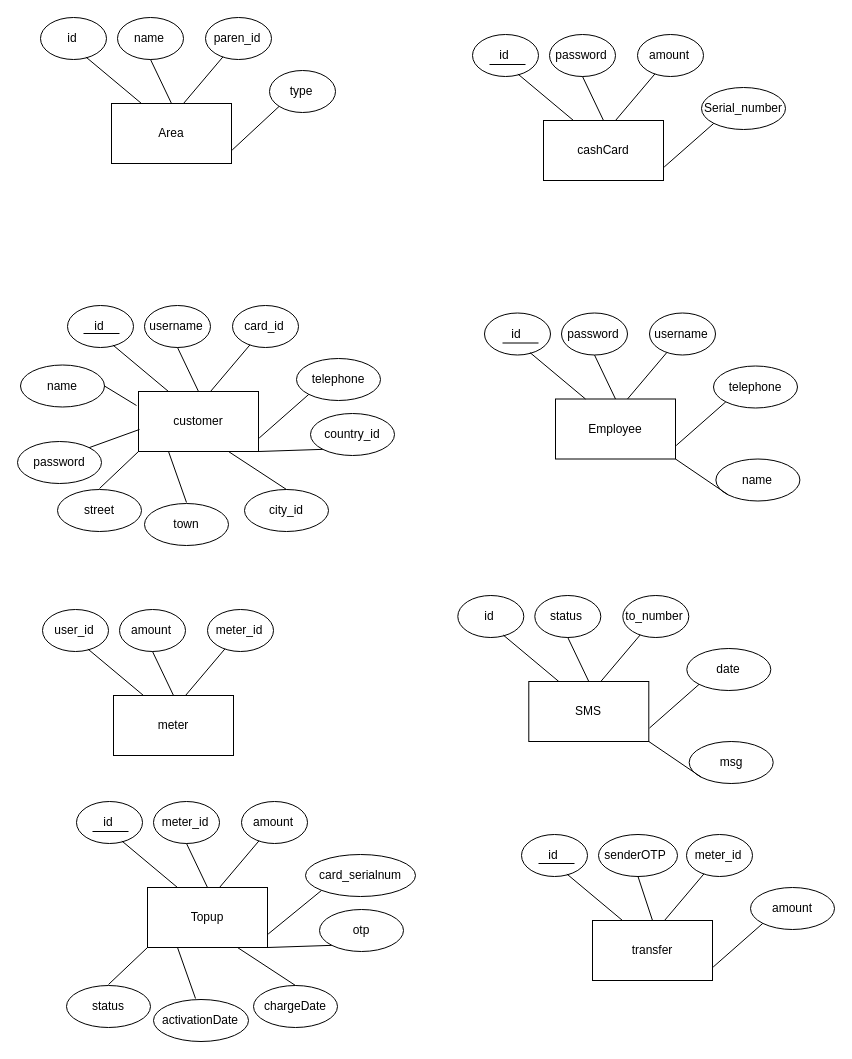
This is Untitled Diagram (2).drawio from shamaabuhassan/Charts, a draw.io file, before an edit. Source tidied: cells renumbered, new cells numbered last; positions are measured from the earlier drawing's top-left corner, leaving out a move shared by most shapes. Both pictures are drawn from the tidied source at 100%, with x=0, y=0 at pixel (17, 17).
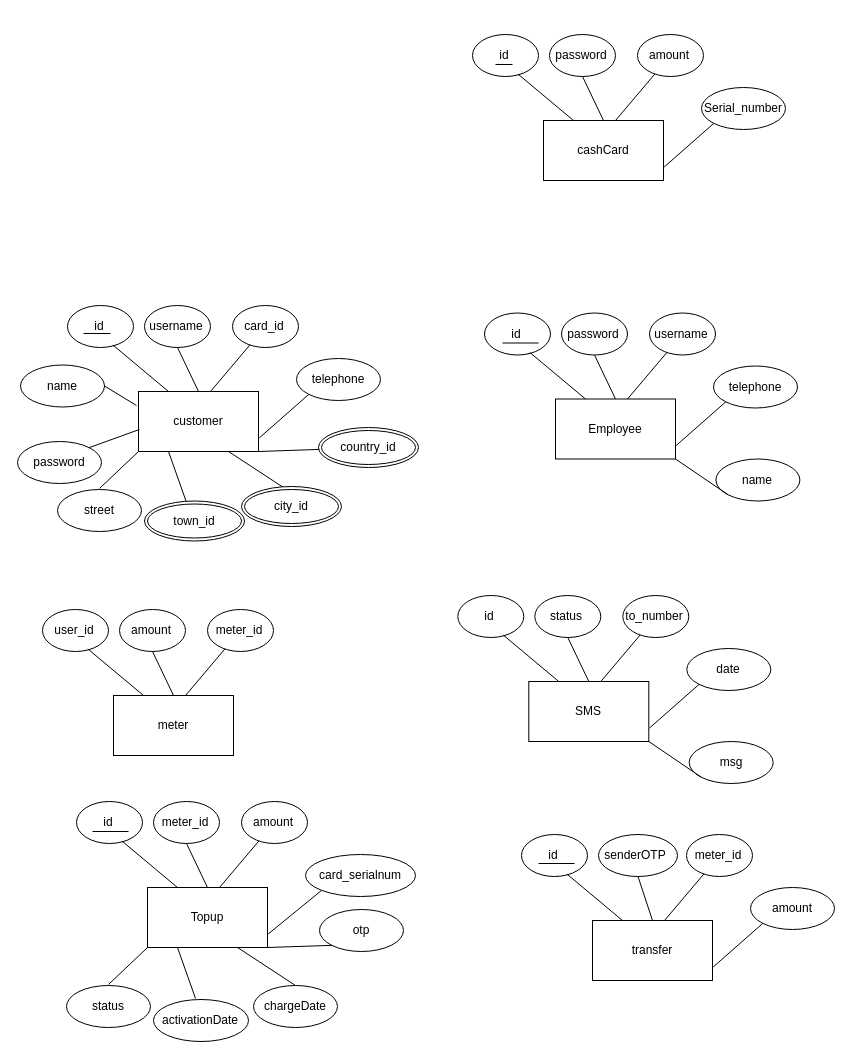
The same diagram, later.

Unchanged cells that the change refers to:
```xml
<mxCell id="30" style="rounded=0;whiteSpace=wrap;html=1;" parent="1" vertex="1">
  <mxGeometry x="121" y="374" width="120" height="60" as="geometry" />
</mxCell>
```

Change to the diagram source:
```diff
@@
-    <mxCell id="2" style="rounded=0;whiteSpace=wrap;html=1;" parent="1" vertex="1">
-      <mxGeometry x="94" y="86" width="120" height="60" as="geometry" />
-    </mxCell>
-    <mxCell id="3" value="Area" style="text;html=1;strokeColor=none;fillColor=none;align=center;verticalAlign=middle;whiteSpace=wrap;rounded=0;" parent="1" vertex="1">
-      <mxGeometry x="127" y="101.5" width="54" height="29" as="geometry" />
-    </mxCell>
-    <mxCell id="4" style="ellipse;whiteSpace=wrap;html=1;" parent="1" vertex="1">
-      <mxGeometry x="23" width="66" height="42" as="geometry" />
-    </mxCell>
-    <mxCell id="5" value="id" style="text;html=1;strokeColor=none;fillColor=none;align=center;verticalAlign=middle;whiteSpace=wrap;rounded=0;" parent="1" vertex="1">
-      <mxGeometry x="35" y="11" width="40" height="20" as="geometry" />
-    </mxCell>
-    <mxCell id="6" style="ellipse;whiteSpace=wrap;html=1;" parent="1" vertex="1">
-      <mxGeometry x="100" width="66" height="42" as="geometry" />
-    </mxCell>
-    <mxCell id="7" value="name" style="text;html=1;strokeColor=none;fillColor=none;align=center;verticalAlign=middle;whiteSpace=wrap;rounded=0;" parent="1" vertex="1">
-      <mxGeometry x="112" y="11" width="40" height="20" as="geometry" />
-    </mxCell>
-    <mxCell id="8" style="ellipse;whiteSpace=wrap;html=1;" parent="1" vertex="1">
-      <mxGeometry x="188" width="66" height="42" as="geometry" />
-    </mxCell>
-    <mxCell id="9" value="paren_id" style="text;html=1;strokeColor=none;fillColor=none;align=center;verticalAlign=middle;whiteSpace=wrap;rounded=0;" parent="1" vertex="1">
-      <mxGeometry x="200" y="11" width="40" height="20" as="geometry" />
-    </mxCell>
-    <mxCell id="10" style="ellipse;whiteSpace=wrap;html=1;" parent="1" vertex="1">
-      <mxGeometry x="252" y="53" width="66" height="42" as="geometry" />
-    </mxCell>
-    <mxCell id="11" value="type" style="text;html=1;strokeColor=none;fillColor=none;align=center;verticalAlign=middle;whiteSpace=wrap;rounded=0;" parent="1" vertex="1">
-      <mxGeometry x="264" y="64" width="40" height="20" as="geometry" />
-    </mxCell>
-    <mxCell id="12" style="endArrow=none;html=1;" parent="1" edge="1" target="8">
-      <mxGeometry relative="1" as="geometry">
-        <mxPoint x="166" y="86" as="sourcePoint" />
-      </mxGeometry>
-    </mxCell>
-    <mxCell id="13" style="endArrow=none;html=1;entryX=0;entryY=1;entryDx=0;entryDy=0;" parent="1" edge="1" target="10">
-      <mxGeometry relative="1" as="geometry">
-        <mxPoint x="214.7" y="132.5" as="sourcePoint" />
-      </mxGeometry>
-    </mxCell>
-    <mxCell id="14" style="endArrow=none;html=1;exitX=0.5;exitY=0;exitDx=0;exitDy=0;entryX=0.5;entryY=1;entryDx=0;entryDy=0;" parent="1" edge="1" source="2" target="6">
-      <mxGeometry relative="1" as="geometry" />
-    </mxCell>
-    <mxCell id="15" style="endArrow=none;html=1;exitX=0.25;exitY=0;exitDx=0;exitDy=0;" parent="1" edge="1" source="2">
-      <mxGeometry relative="1" as="geometry">
-        <mxPoint x="68.4" y="39.5" as="targetPoint" />
-      </mxGeometry>
-    </mxCell>
@@
-    <mxCell id="44" style="ellipse;whiteSpace=wrap;html=1;" parent="1" vertex="1">
-      <mxGeometry x="293" y="396" width="84" height="42" as="geometry" />
-    </mxCell>
-    <mxCell id="45" value="country_id" style="text;html=1;strokeColor=none;fillColor=none;align=center;verticalAlign=middle;whiteSpace=wrap;rounded=0;" parent="1" vertex="1">
-      <mxGeometry x="315" y="407" width="40" height="20" as="geometry" />
-    </mxCell>
-    <mxCell id="46" style="endArrow=none;html=1;entryX=0;entryY=1;entryDx=0;entryDy=0;exitX=1;exitY=1;exitDx=0;exitDy=0;" parent="1" edge="1" source="30" target="44">
-      <mxGeometry relative="1" as="geometry" />
+    <mxCell id="46" style="endArrow=none;html=1;entryX=0;entryY=1;entryDx=0;entryDy=0;exitX=1;exitY=1;exitDx=0;exitDy=0;" parent="1" edge="1" source="30">
+      <mxGeometry relative="1" as="geometry">
+        <mxPoint x="305.3" y="431.8" as="targetPoint" />
+      </mxGeometry>
     </mxCell>
-    <mxCell id="47" style="ellipse;whiteSpace=wrap;html=1;" parent="1" vertex="1">
-      <mxGeometry x="227" y="472" width="84" height="42" as="geometry" />
-    </mxCell>
-    <mxCell id="48" value="city_id" style="text;html=1;strokeColor=none;fillColor=none;align=center;verticalAlign=middle;whiteSpace=wrap;rounded=0;" parent="1" vertex="1">
-      <mxGeometry x="249" y="483" width="40" height="20" as="geometry" />
-    </mxCell>
-    <mxCell id="49" style="endArrow=none;html=1;entryX=0.5;entryY=0;entryDx=0;entryDy=0;exitX=0.75;exitY=1;exitDx=0;exitDy=0;" parent="1" edge="1" source="30" target="47">
-      <mxGeometry relative="1" as="geometry" />
+    <mxCell id="49" style="endArrow=none;html=1;entryX=0.5;entryY=0;entryDx=0;entryDy=0;exitX=0.75;exitY=1;exitDx=0;exitDy=0;" parent="1" edge="1" source="30">
+      <mxGeometry relative="1" as="geometry">
+        <mxPoint x="269" y="472" as="targetPoint" />
+      </mxGeometry>
     </mxCell>
-    <mxCell id="50" style="ellipse;whiteSpace=wrap;html=1;" parent="1" vertex="1">
-      <mxGeometry x="127" y="486" width="84" height="42" as="geometry" />
-    </mxCell>
-    <mxCell id="51" value="town" style="text;html=1;strokeColor=none;fillColor=none;align=center;verticalAlign=middle;whiteSpace=wrap;rounded=0;" parent="1" vertex="1">
-      <mxGeometry x="149" y="497" width="40" height="20" as="geometry" />
-    </mxCell>
@@
     <mxCell id="147" style="endArrow=none;html=1;" parent="1" edge="1">
       <mxGeometry relative="1" as="geometry">
-        <mxPoint x="472" y="47" as="sourcePoint" />
-        <mxPoint x="508" y="47" as="targetPoint" />
+        <mxPoint x="478" y="47" as="sourcePoint" />
+        <mxPoint x="495" y="47" as="targetPoint" />
       </mxGeometry>
     </mxCell>
     <mxCell id="148" style="endArrow=none;html=1;" parent="1" edge="1">
       <mxGeometry relative="1" as="geometry">
         <mxPoint x="66" y="316" as="sourcePoint" />
-        <mxPoint x="102" y="316" as="targetPoint" />
+        <mxPoint x="93" y="316" as="targetPoint" />
       </mxGeometry>
     </mxCell>
@@
+    <mxCell id="45" value="country_id" style="ellipse;shape=doubleEllipse;margin=3;whiteSpace=wrap;html=1;align=center;" parent="1" vertex="1">
+      <mxGeometry x="301" y="410" width="100" height="40" as="geometry" />
+    </mxCell>
+    <mxCell id="152" value="town_id" style="ellipse;shape=doubleEllipse;margin=3;whiteSpace=wrap;html=1;align=center;" parent="1" vertex="1">
+      <mxGeometry x="127" y="483.5" width="100" height="40" as="geometry" />
+    </mxCell>
+    <mxCell id="48" value="city_id" style="ellipse;shape=doubleEllipse;margin=3;whiteSpace=wrap;html=1;align=center;" parent="1" vertex="1">
+      <mxGeometry x="224" y="469" width="100" height="40" as="geometry" />
+    </mxCell>
```
